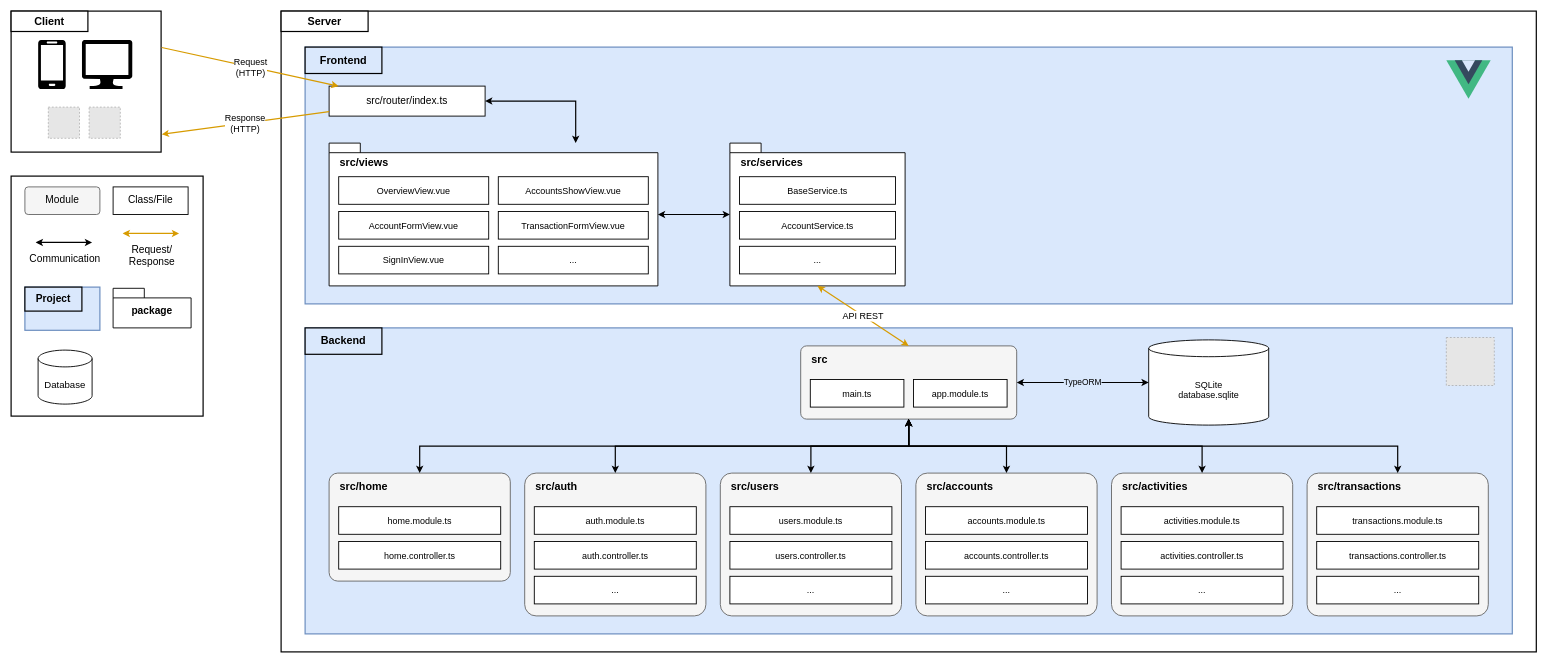
Above: docs/architecture/deliverable-2/general-architecture.drawio in AndresVelez31/FinZen (draw.io), before the change. Source tidied: cells renumbered, new cells numbered last; positions are measured from the earlier drawing's top-left corner, leaving out a move shared by most shapes. Both pictures are drawn from the tidied source at 60%, with x=0, y=0 at pixel (11, 11). Pictures stored in the file or linked from it are replaced by grey dashed boxes.
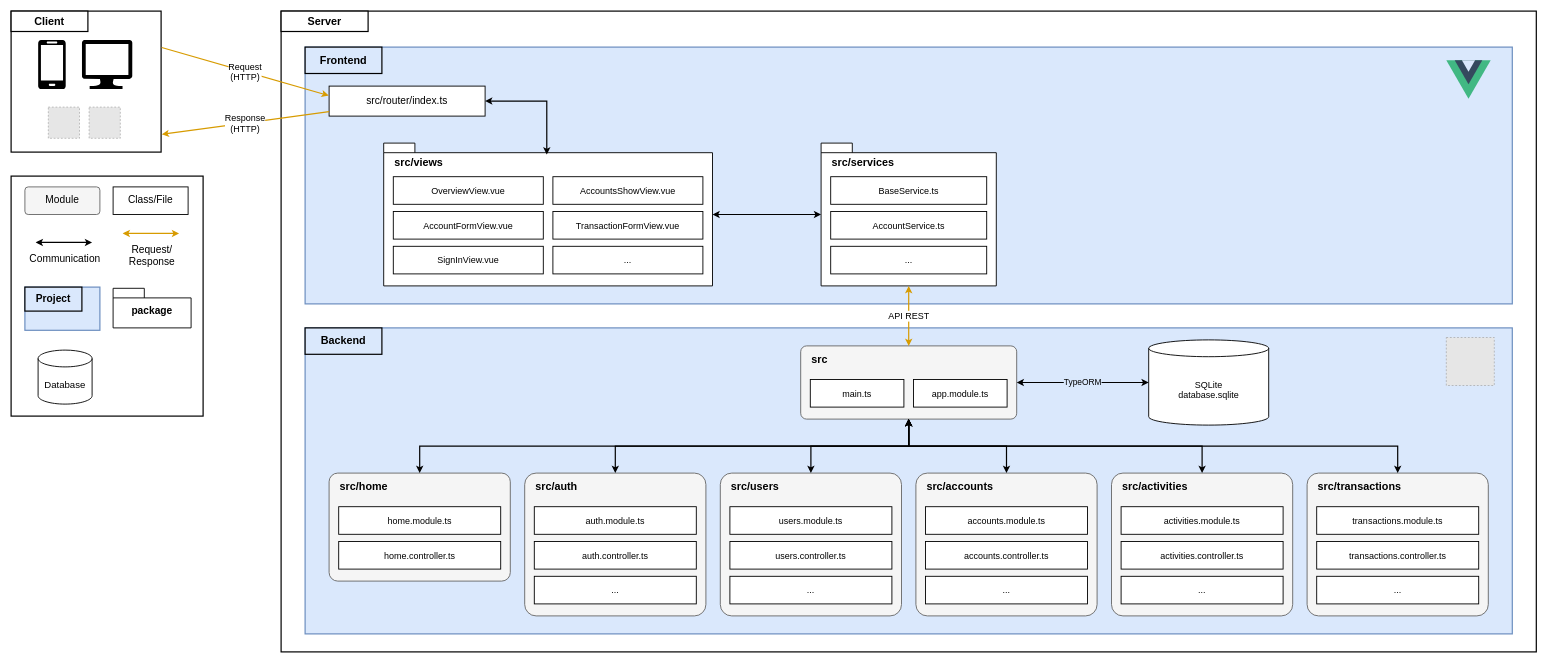
The same page after the edit.

Commit message (it also covers changes not shown here):
docs(architecture): adjust the general, frontend and backend diagrams

The change refers to these unchanged cells:
```xml
<mxCell id="33" style="text;strokeColor=none;fillColor=none;" parent="1" vertex="1">
  <mxGeometry x="250" y="60" width="1" height="1" as="geometry" />
</mxCell>
<mxCell id="35" value="src/router/index.ts" style="rounded=0;whiteSpace=wrap;html=1;fillColor=#ffffff;strokeColor=#000000;strokeWidth=1.5;fontSize=15;fontSize=17;" parent="1" vertex="1">
  <mxGeometry x="530" y="125" width="260" height="50" as="geometry" />
</mxCell>
```

Change to the diagram source:
```diff
@@
     <mxCell id="36" value="src/views" style="shape=folder;tabWidth=52;tabHeight=16;tabPosition=left;whiteSpace=wrap;html=1;fillColor=#ffffff;strokeColor=#000000;strokeWidth=1.5;verticalAlign=top;align=left;spacingLeft=16;spacingTop=16;fontStyle=1;fontSize=18;" parent="1" vertex="1">
-      <mxGeometry x="530" y="220" width="548" height="238" as="geometry" />
+      <mxGeometry x="621" y="220" width="548" height="238" as="geometry" />
     </mxCell>
     <mxCell id="37" value="OverviewView.vue" style="rounded=0;whiteSpace=wrap;html=1;fillColor=#ffffff;strokeColor=#000000;strokeWidth=1.5;fontSize=15;" parent="1" vertex="1">
-      <mxGeometry x="546" y="276" width="250" height="46" as="geometry" />
+      <mxGeometry x="637" y="276" width="250" height="46" as="geometry" />
     </mxCell>
     <mxCell id="38" value="AccountsShowView.vue" style="rounded=0;whiteSpace=wrap;html=1;fillColor=#ffffff;strokeColor=#000000;strokeWidth=1.5;fontSize=15;" parent="1" vertex="1">
-      <mxGeometry x="812" y="276" width="250" height="46" as="geometry" />
+      <mxGeometry x="903" y="276" width="250" height="46" as="geometry" />
     </mxCell>
     <mxCell id="39" value="AccountFormView.vue" style="rounded=0;whiteSpace=wrap;html=1;fillColor=#ffffff;strokeColor=#000000;strokeWidth=1.5;fontSize=15;" parent="1" vertex="1">
-      <mxGeometry x="546" y="334" width="250" height="46" as="geometry" />
+      <mxGeometry x="637" y="334" width="250" height="46" as="geometry" />
     </mxCell>
     <mxCell id="40" value="TransactionFormView.vue" style="rounded=0;whiteSpace=wrap;html=1;fillColor=#ffffff;strokeColor=#000000;strokeWidth=1.5;fontSize=15;" parent="1" vertex="1">
-      <mxGeometry x="812" y="334" width="250" height="46" as="geometry" />
+      <mxGeometry x="903" y="334" width="250" height="46" as="geometry" />
     </mxCell>
     <mxCell id="41" value="SignInView.vue" style="rounded=0;whiteSpace=wrap;html=1;fillColor=#ffffff;strokeColor=#000000;strokeWidth=1.5;fontSize=15;" parent="1" vertex="1">
-      <mxGeometry x="546" y="392" width="250" height="46" as="geometry" />
+      <mxGeometry x="637" y="392" width="250" height="46" as="geometry" />
     </mxCell>
     <mxCell id="42" value="..." style="rounded=0;whiteSpace=wrap;html=1;fillColor=#ffffff;strokeColor=#000000;strokeWidth=1.5;fontSize=15;" parent="1" vertex="1">
-      <mxGeometry x="812" y="392" width="250" height="46" as="geometry" />
+      <mxGeometry x="903" y="392" width="250" height="46" as="geometry" />
     </mxCell>
     <mxCell id="43" value="src/services" style="shape=folder;tabWidth=52;tabHeight=16;tabPosition=left;whiteSpace=wrap;html=1;fillColor=#ffffff;strokeColor=#000000;strokeWidth=1.5;verticalAlign=top;align=left;spacingLeft=16;spacingTop=16;fontStyle=1;fontSize=18;" parent="1" vertex="1">
-      <mxGeometry x="1198" y="220" width="292" height="238" as="geometry" />
+      <mxGeometry x="1350" y="220" width="292" height="238" as="geometry" />
     </mxCell>
     <mxCell id="44" value="BaseService.ts" style="rounded=0;whiteSpace=wrap;html=1;fillColor=#ffffff;strokeColor=#000000;strokeWidth=1.5;fontSize=15;" parent="1" vertex="1">
-      <mxGeometry x="1214" y="276" width="260" height="46" as="geometry" />
+      <mxGeometry x="1366" y="276" width="260" height="46" as="geometry" />
     </mxCell>
     <mxCell id="45" value="AccountService.ts" style="rounded=0;whiteSpace=wrap;html=1;fillColor=#ffffff;strokeColor=#000000;strokeWidth=1.5;fontSize=15;" parent="1" vertex="1">
-      <mxGeometry x="1214" y="334" width="260" height="46" as="geometry" />
+      <mxGeometry x="1366" y="334" width="260" height="46" as="geometry" />
     </mxCell>
     <mxCell id="46" value="..." style="rounded=0;whiteSpace=wrap;html=1;fillColor=#ffffff;strokeColor=#000000;strokeWidth=1.5;fontSize=15;" parent="1" vertex="1">
-      <mxGeometry x="1214" y="392" width="260" height="46" as="geometry" />
+      <mxGeometry x="1366" y="392" width="260" height="46" as="geometry" />
     </mxCell>
-    <mxCell id="47" style="edgeStyle=orthogonalEdgeStyle;rounded=0;html=1;strokeColor=#000000;strokeWidth=2;endArrow=classic;endFill=1;startArrow=classic;startFill=1;exitX=1;exitY=0.5;entryX=0.75;entryY=0;" parent="1" edge="1" source="35" target="36">
+    <mxCell id="47" style="edgeStyle=orthogonalEdgeStyle;rounded=0;html=1;strokeColor=#000000;strokeWidth=2;endArrow=classic;endFill=1;startArrow=classic;startFill=1;exitX=1;exitY=0.5;entryX=0.496;entryY=0.08;entryDx=0;entryDy=0;entryPerimeter=0;exitDx=0;exitDy=0;" parent="1" edge="1" source="35" target="36">
       <mxGeometry relative="1" as="geometry" />
     </mxCell>
@@
-    <mxCell id="49" value="Request&lt;br&gt;(HTTP)" style="rounded=0;html=1;strokeColor=#d79b00;strokeWidth=2;endArrow=classic;endFill=1;fontSize=15;labelBackgroundColor=#ffffff;" parent="1" edge="1" source="33" target="35">
+    <mxCell id="49" value="Request&lt;br&gt;(HTTP)" style="rounded=0;html=1;strokeColor=#d79b00;strokeWidth=2;endArrow=classic;endFill=1;fontSize=15;labelBackgroundColor=#ffffff;entryX=-0.002;entryY=0.316;entryDx=0;entryDy=0;entryPerimeter=0;" parent="1" edge="1" source="33" target="35">
       <mxGeometry relative="1" as="geometry" />
     </mxCell>
```
